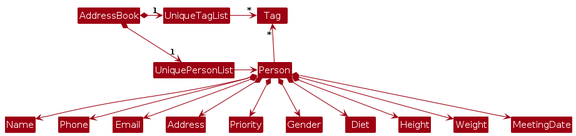
Above: diagrams/BetterModelClassDiagram.png in NoahKoh/tp (PlantUML), before the change. Its source is kept beside it as diagrams/BetterModelClassDiagram.puml. Source of this version:
```plantuml
@startuml
!include style.puml
skinparam arrowThickness 1.1
skinparam arrowColor MODEL_COLOR
skinparam classBackgroundColor MODEL_COLOR

AddressBook *-right-> "1" UniquePersonList
AddressBook *-right-> "1" UniqueTagList
UniqueTagList -[hidden]down- UniquePersonList
UniqueTagList -[hidden]down- UniquePersonList

UniqueTagList -right-> "*" Tag
UniquePersonList -right-> Person

Person -up-> "*" Tag

Person *--> Name
Person *--> Phone
Person *--> Email
Person *--> Address
Person *--> Priority
Person *--> Gender
Person *--> Diet
Person *--> Height
Person *--> Weight
Person *--> MeetingDate
@enduml
```
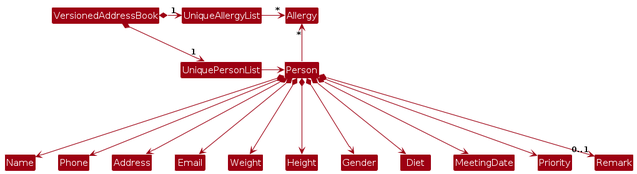
After the commit.

The edit, as a diff of the source:
```diff
@@ -4,24 +4,36 @@
 skinparam arrowColor MODEL_COLOR
 skinparam classBackgroundColor MODEL_COLOR
 
-AddressBook *-right-> "1" UniquePersonList
-AddressBook *-right-> "1" UniqueTagList
-UniqueTagList -[hidden]down- UniquePersonList
-UniqueTagList -[hidden]down- UniquePersonList
+VersionedAddressBook *-right-> "1" UniquePersonList
+VersionedAddressBook *-right-> "1" UniqueAllergyList
+UniqueAllergyList -[hidden]down- UniquePersonList
+UniqueAllergyList -[hidden]down- UniquePersonList
 
-UniqueTagList -right-> "*" Tag
+UniqueAllergyList -right-> "*" Allergy
 UniquePersonList -right-> Person
 
-Person -up-> "*" Tag
+Person -up-> "*" Allergy
 
-Person *--> Name
-Person *--> Phone
-Person *--> Email
-Person *--> Address
-Person *--> Priority
-Person *--> Gender
-Person *--> Diet
-Person *--> Height
-Person *--> Weight
-Person *--> MeetingDate
+Person *---> Name
+Person *---> Phone
+Person *---> Address
+Person *---> Email
+Person *---> Weight
+Person *---> Height
+Person *---> Gender
+Person *---> Diet
+Person *---> MeetingDate
+Person *---> Priority
+Person *---> "0..1"Remark
+
+Name -[hidden]right-> Phone
+Phone -[hidden]right-> Address
+Address -[hidden]right-> Email
+Email -[hidden]right-> Weight
+Weight -[hidden]right-> Height
+Height -[hidden]right-> Gender
+Gender -[hidden]right-> Diet
+Diet -[hidden]right-> MeetingDate
+MeetingDate -[hidden]right-> Priority
+Priority -[hidden]right-> Remark
 @enduml
```
